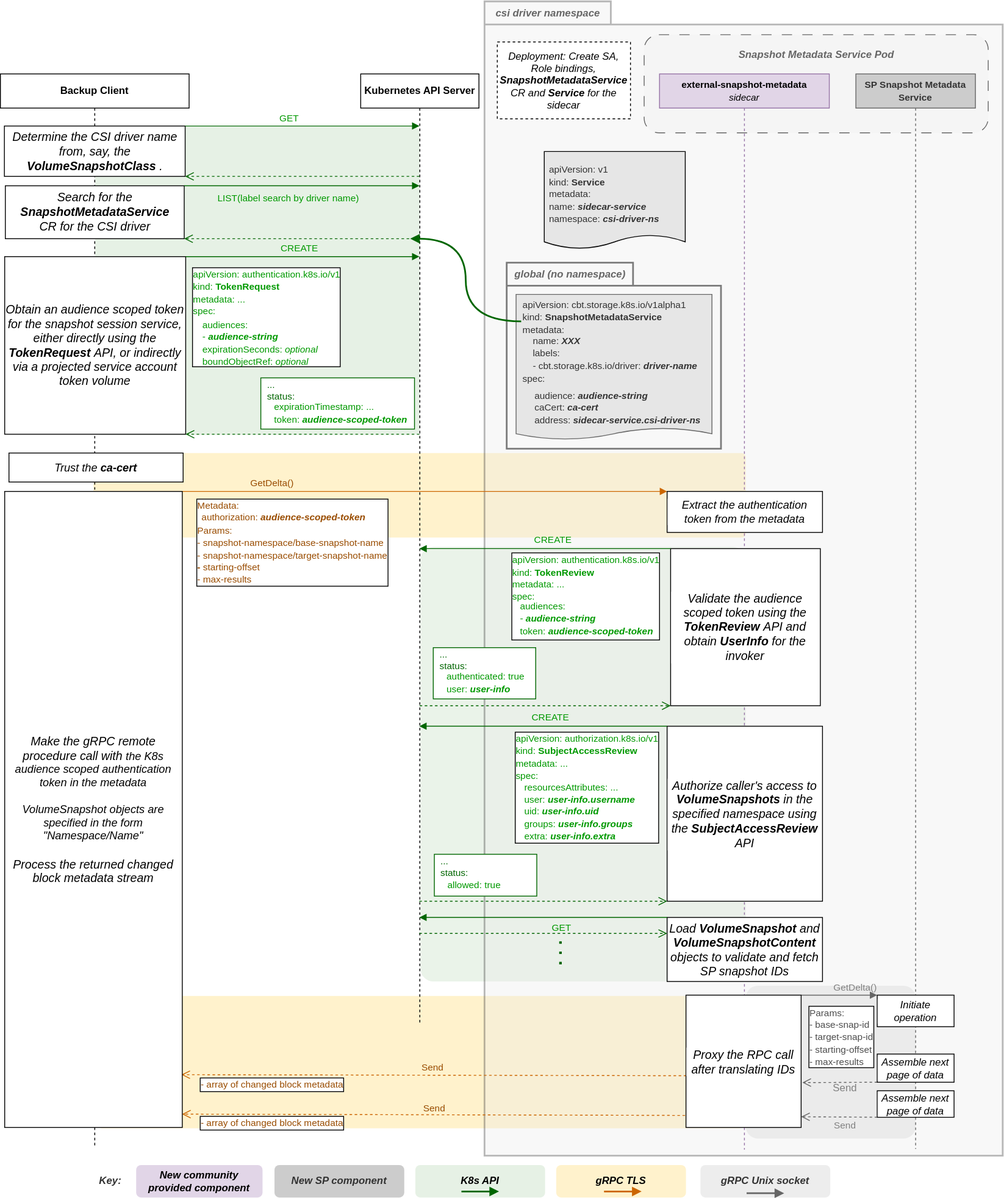
This is keps/sig-storage/3314-csi-changed-block-tracking/flow.drawio.svg from kubernetes/enhancements, a draw.io export, as it was before one commit. Source tidied: cells renumbered, new cells last; positions are measured from the earlier drawing's top-left corner, leaving out a move shared by most shapes.
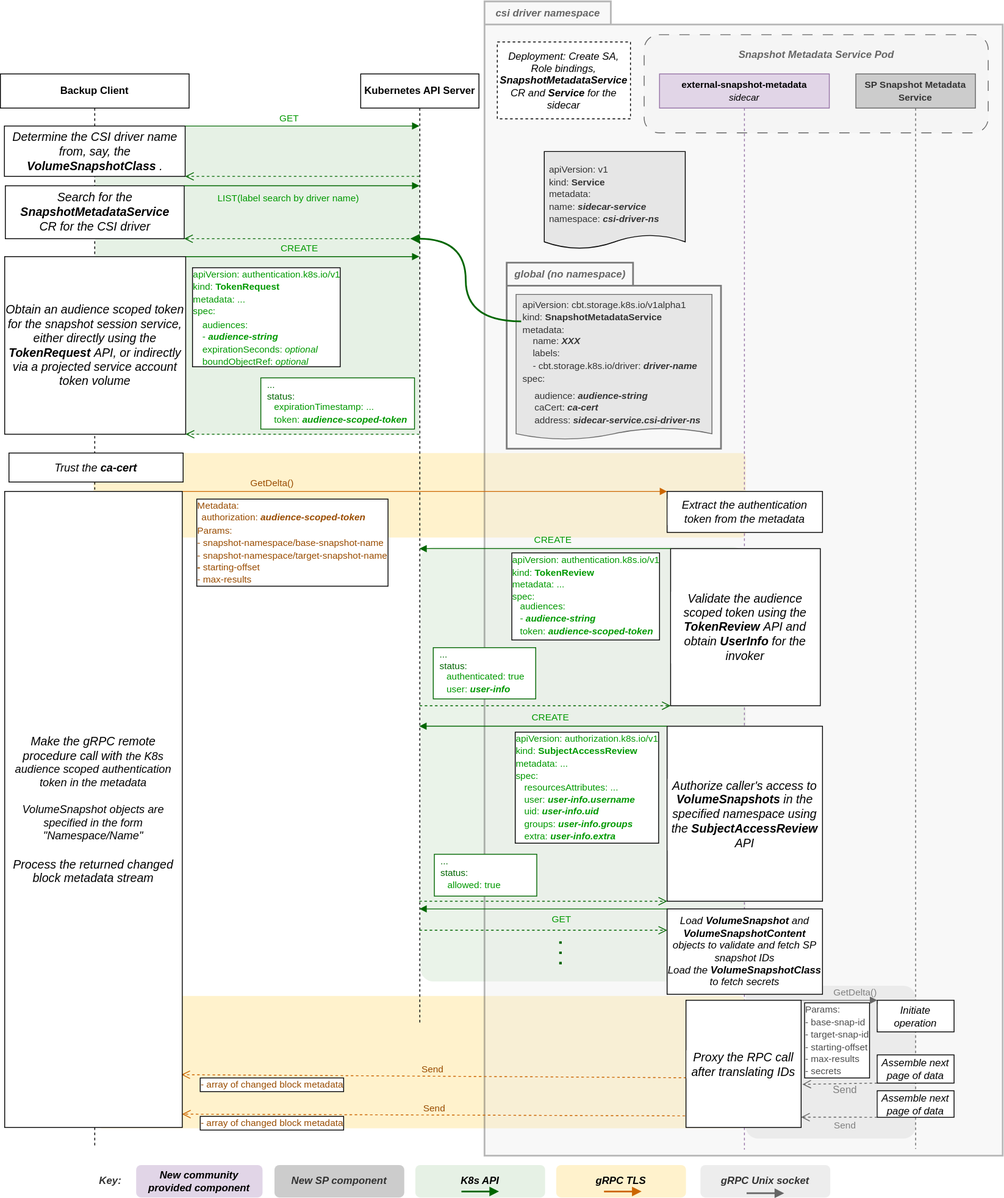
After the change.

Diff of the diagram source:
```diff
@@ -101,22 +101,22 @@
       <mxGeometry x="1002" y="85" width="140" height="1259" as="geometry" />
     </mxCell>
     <mxCell id="32" value="&lt;i&gt;Assemble next page of data&lt;/i&gt;" style="rounded=0;whiteSpace=wrap;html=1;labelBackgroundColor=#FFFFFF;labelBorderColor=none;fillStyle=solid;fontSize=12;fontColor=#000000;" parent="31" vertex="1">
-      <mxGeometry x="25" y="1148" width="90" height="33" as="geometry" />
+      <mxGeometry x="25" y="1149" width="90" height="33" as="geometry" />
     </mxCell>
     <mxCell id="33" value="&lt;i&gt;Initiate operation&lt;/i&gt;" style="rounded=0;whiteSpace=wrap;html=1;labelBackgroundColor=#FFFFFF;labelBorderColor=none;fillStyle=solid;fontSize=12;fontColor=#000000;" parent="31" vertex="1">
-      <mxGeometry x="25" y="1079" width="90" height="37" as="geometry" />
+      <mxGeometry x="25" y="1085" width="90" height="37" as="geometry" />
     </mxCell>
     <mxCell id="34" value="&lt;i&gt;Assemble next page of data&lt;/i&gt;" style="rounded=0;whiteSpace=wrap;html=1;labelBackgroundColor=#FFFFFF;labelBorderColor=none;fillStyle=solid;fontSize=12;fontColor=#000000;" parent="31" vertex="1">
       <mxGeometry x="25" y="1191" width="90" height="31" as="geometry" />
     </mxCell>
-    <mxCell id="35" value="&lt;font style=&quot;font-size: 11px;&quot;&gt;&lt;font color=&quot;#4d4d4d&quot;&gt;Params:&lt;br&gt;- base-snap-id&lt;br&gt;- target-snap-id&lt;br&gt;- starting-offset&lt;br&gt;- max-results&lt;/font&gt;&lt;br&gt;&lt;/font&gt;" style="text;html=1;strokeColor=none;fillColor=none;align=left;verticalAlign=middle;whiteSpace=wrap;rounded=0;fontColor=#009900;labelBorderColor=default;labelBackgroundColor=default;" parent="31" vertex="1">
-      <mxGeometry x="-57" y="1076" width="80" height="103" as="geometry" />
+    <mxCell id="35" value="&lt;font style=&quot;font-size: 11px;&quot;&gt;&lt;font color=&quot;#4d4d4d&quot;&gt;Params:&lt;br&gt;- base-snap-id&lt;br&gt;- target-snap-id&lt;br&gt;- starting-offset&lt;br&gt;- max-results&lt;br&gt;&lt;/font&gt;&lt;span style=&quot;color: rgb(77, 77, 77);&quot;&gt;- secrets&lt;/span&gt;&lt;br&gt;&lt;/font&gt;" style="text;html=1;strokeColor=none;fillColor=none;align=left;verticalAlign=middle;whiteSpace=wrap;rounded=0;fontColor=#009900;labelBorderColor=default;labelBackgroundColor=default;" parent="31" vertex="1">
+      <mxGeometry x="-62" y="1080" width="80" height="103" as="geometry" />
     </mxCell>
     <mxCell id="36" value="&lt;span style=&quot;font-size: 11px;&quot;&gt;&lt;b&gt;external-snapshot-metadata&lt;br&gt;&lt;/b&gt;&lt;i&gt;sidecar&lt;/i&gt;&lt;br&gt;&lt;/span&gt;" style="shape=umlLifeline;perimeter=lifelinePerimeter;whiteSpace=wrap;html=1;fillColor=#e1d5e7;strokeColor=#9673a6;" parent="1" vertex="1">
       <mxGeometry x="772" y="85" width="198.9" height="1260" as="geometry" />
     </mxCell>
     <mxCell id="37" value="&lt;font style=&quot;font-size: 14px;&quot;&gt;&lt;i&gt;Proxy the RPC call after translating IDs&lt;/i&gt;&lt;/font&gt;" style="rounded=0;whiteSpace=wrap;html=1;labelBackgroundColor=#FFFFFF;labelBorderColor=none;fillStyle=solid;fontSize=12;fontColor=#000000;" parent="36" vertex="1">
-      <mxGeometry x="31" y="1079" width="134.9" height="155" as="geometry" />
+      <mxGeometry x="31" y="1085" width="134.9" height="149" as="geometry" />
     </mxCell>
     <mxCell id="38" value="&lt;font color=&quot;#666666&quot;&gt;&lt;i&gt;global (no namespace)&lt;/i&gt;&lt;/font&gt;" style="shape=folder;fontStyle=1;tabWidth=148;tabHeight=27;tabPosition=left;html=1;boundedLbl=1;labelInHeader=1;labelBackgroundColor=none;fillColor=none;strokeColor=#000000;strokeWidth=2;fontColor=#333333;perimeterSpacing=0;opacity=50;" parent="36" vertex="1">
       <mxGeometry x="-179" y="221" width="251" height="218" as="geometry" />
@@ -150,8 +150,8 @@
     <mxCell id="47" value="&lt;span style=&quot;font-size: 13px;&quot;&gt;&lt;i&gt;Extract the authentication token from the metadata&lt;/i&gt;&lt;/span&gt;" style="rounded=0;whiteSpace=wrap;html=1;labelBackgroundColor=#FFFFFF;labelBorderColor=none;fillStyle=solid;fontSize=12;fontColor=#000000;" parent="36" vertex="1">
       <mxGeometry x="8.9" y="489" width="182" height="48" as="geometry" />
     </mxCell>
-    <mxCell id="48" value="&lt;font style=&quot;font-size: 14px;&quot; color=&quot;#000000&quot;&gt;&lt;i&gt;Load &lt;b&gt;VolumeSnapshot&lt;/b&gt; and &lt;b&gt;VolumeSnapshotContent&lt;/b&gt; objects to validate and fetch SP snapshot IDs&lt;/i&gt;&lt;br&gt;&lt;/font&gt;" style="rounded=0;whiteSpace=wrap;html=1;labelBackgroundColor=none;labelBorderColor=none;fillStyle=solid;fontSize=12;fontColor=#007FFF;" parent="36" vertex="1">
-      <mxGeometry x="8.9" y="988" width="182" height="75" as="geometry" />
+    <mxCell id="48" value="&lt;font style=&quot;font-size: 12px;&quot; color=&quot;#000000&quot;&gt;&lt;i&gt;Load &lt;b&gt;VolumeSnapshot&lt;/b&gt; and &lt;b&gt;VolumeSnapshotContent&lt;/b&gt; objects to validate and fetch SP snapshot IDs&lt;br&gt;Load the &lt;b&gt;VolumeSnapshotClass&lt;/b&gt; to fetch secrets&lt;/i&gt;&lt;br&gt;&lt;/font&gt;" style="rounded=0;whiteSpace=wrap;html=1;labelBackgroundColor=none;labelBorderColor=none;fillStyle=solid;fontSize=12;fontColor=#007FFF;" parent="36" vertex="1">
+      <mxGeometry x="8.9" y="978" width="182" height="100" as="geometry" />
     </mxCell>
     <mxCell id="49" value="&lt;i&gt;&lt;font style=&quot;font-size: 14px;&quot;&gt;Validate the audience scoped token using the &lt;b&gt;TokenReview&lt;/b&gt; API and obtain &lt;b&gt;UserInfo&lt;/b&gt; for the invoker&lt;/font&gt;&lt;/i&gt;" style="rounded=0;whiteSpace=wrap;html=1;labelBackgroundColor=#FFFFFF;labelBorderColor=none;fillStyle=solid;fontSize=12;fontColor=#000000;strokeWidth=1;" parent="36" vertex="1">
       <mxGeometry x="13" y="556" width="175.4" height="184" as="geometry" />
@@ -298,20 +298,16 @@
         <mxPoint x="490.6" y="1054" as="sourcePoint" />
       </mxGeometry>
     </mxCell>
-    <mxCell id="89" style="html=1;verticalAlign=bottom;endArrow=block;labelBackgroundColor=none;strokeColor=#006600;fontSize=12;fontColor=#000000;exitX=0;exitY=0;exitDx=0;exitDy=0;" parent="1" edge="1" source="48">
-      <mxGeometry relative="1" as="geometry">
-        <mxPoint x="490.6" y="1073" as="targetPoint" />
-      </mxGeometry>
+    <mxCell id="89" style="html=1;verticalAlign=bottom;endArrow=block;labelBackgroundColor=none;strokeColor=#006600;fontSize=12;fontColor=#000000;exitX=0;exitY=0;exitDx=0;exitDy=0;" parent="1" edge="1" source="48" target="18">
+      <mxGeometry relative="1" as="geometry" />
     </mxCell>
     <mxCell id="90" value="GET" style="edgeLabel;html=1;align=center;verticalAlign=middle;fontColor=#009900;labelBackgroundColor=none;" parent="89" vertex="1">
       <mxGeometry x="-0.08" y="1" relative="1" as="geometry">
         <mxPoint x="9" y="10" as="offset" />
       </mxGeometry>
     </mxCell>
-    <mxCell id="91" style="html=1;verticalAlign=bottom;endArrow=open;dashed=1;endSize=8;strokeColor=#006600;entryX=0;entryY=0.25;entryDx=0;entryDy=0;" parent="1" edge="1" target="48">
-      <mxGeometry relative="1" as="geometry">
-        <mxPoint x="490.6" y="1091.8" as="sourcePoint" />
-      </mxGeometry>
+    <mxCell id="91" style="html=1;verticalAlign=bottom;endArrow=open;dashed=1;endSize=8;strokeColor=#006600;entryX=0;entryY=0.25;entryDx=0;entryDy=0;" parent="1" edge="1" source="18" target="48">
+      <mxGeometry relative="1" as="geometry" />
     </mxCell>
     <mxCell id="92" style="html=1;verticalAlign=bottom;endArrow=block;labelBackgroundColor=none;strokeColor=#006600;fontSize=12;fontColor=#000000;exitX=1;exitY=0;exitDx=0;exitDy=0;" parent="1" edge="1" source="55" target="18">
       <mxGeometry relative="1" as="geometry" />
```
